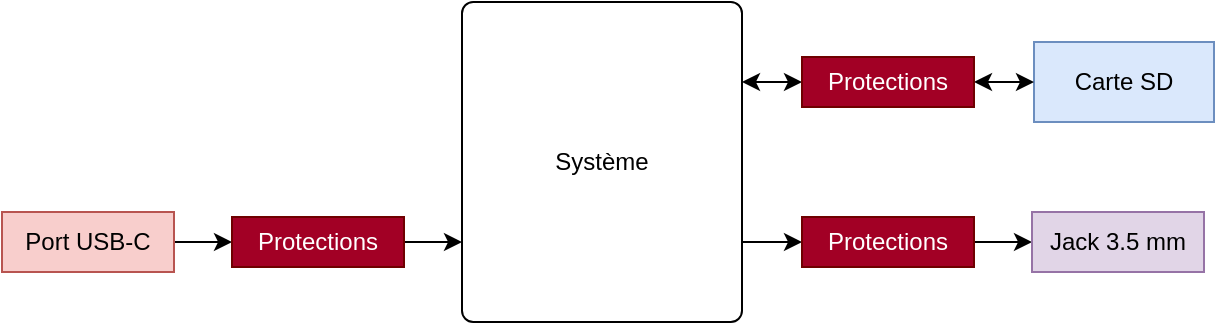
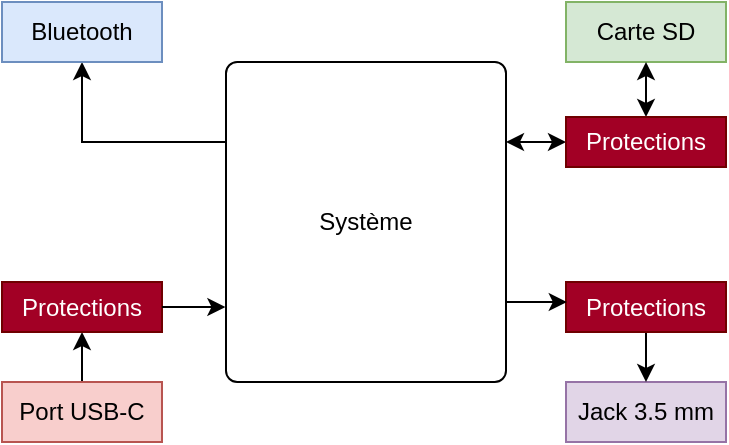
- <mxfile host="app.diagrams.net" agent="Mozilla/5.0 (Windows NT 10.0; Win64; x64; rv:148.0) Gecko/20100101 Firefox/148.0" version="29.6.0">
+ <mxfile host="app.diagrams.net" agent="Mozilla/5.0 (Windows NT 10.0; Win64; x64; rv:148.0) Gecko/20100101 Firefox/148.0">
  <diagram name="Page-1" id="OV0t3A79FJ0olmxQ0vbd">
-     <mxGraphModel dx="984" dy="552" grid="1" gridSize="5" guides="1" tooltips="1" connect="1" arrows="1" fold="1" page="1" pageScale="1" pageWidth="827" pageHeight="1169" math="0" shadow="0">
+     <mxGraphModel dx="1077" dy="490" grid="1" gridSize="5" guides="1" tooltips="1" connect="1" arrows="1" fold="1" page="1" pageScale="1" pageWidth="827" pageHeight="1169" math="0" shadow="0">
      <root>
        <mxCell id="0" />
        <mxCell id="1" parent="0" />
-         <mxCell id="ysavm1etzSHfyaaBKj0Q-5" edge="1" parent="1" source="gKk9JwUoAZDVwcJEQvUw-40" style="edgeStyle=orthogonalEdgeStyle;rounded=0;orthogonalLoop=1;jettySize=auto;html=1;exitX=1;exitY=0.75;exitDx=0;exitDy=0;entryX=0;entryY=0.5;entryDx=0;entryDy=0;" target="gKk9JwUoAZDVwcJEQvUw-50">
+         <mxCell id="ysavm1etzSHfyaaBKj0Q-6" edge="1" parent="1" source="gKk9JwUoAZDVwcJEQvUw-40" style="edgeStyle=orthogonalEdgeStyle;rounded=0;orthogonalLoop=1;jettySize=auto;html=1;exitX=1;exitY=0.25;exitDx=0;exitDy=0;entryX=0;entryY=0.5;entryDx=0;entryDy=0;startArrow=classic;startFill=1;" target="gKk9JwUoAZDVwcJEQvUw-17">
          <mxGeometry relative="1" as="geometry" />
        </mxCell>
-         <mxCell id="ysavm1etzSHfyaaBKj0Q-6" edge="1" parent="1" source="gKk9JwUoAZDVwcJEQvUw-40" style="edgeStyle=orthogonalEdgeStyle;rounded=0;orthogonalLoop=1;jettySize=auto;html=1;exitX=1;exitY=0.25;exitDx=0;exitDy=0;entryX=0;entryY=0.5;entryDx=0;entryDy=0;startArrow=classic;startFill=1;" target="gKk9JwUoAZDVwcJEQvUw-17">
+         <mxCell id="DQ8TYYuvnnBcCHil6GpO-8" edge="1" parent="1" source="gKk9JwUoAZDVwcJEQvUw-40" style="edgeStyle=orthogonalEdgeStyle;rounded=0;orthogonalLoop=1;jettySize=auto;html=1;exitX=0;exitY=0.25;exitDx=0;exitDy=0;entryX=0.5;entryY=1;entryDx=0;entryDy=0;" target="DQ8TYYuvnnBcCHil6GpO-1">
          <mxGeometry relative="1" as="geometry" />
        </mxCell>
        <mxCell id="gKk9JwUoAZDVwcJEQvUw-40" parent="1" style="rounded=1;whiteSpace=wrap;html=1;arcSize=4;" value="Système" vertex="1">
          <mxGeometry height="160" width="140" x="350" y="250" as="geometry" />
        </mxCell>
-         <mxCell id="o_Zn7mdJs2G82tg8YZQK-11" edge="1" parent="1" source="gKk9JwUoAZDVwcJEQvUw-4" style="edgeStyle=orthogonalEdgeStyle;rounded=0;orthogonalLoop=1;jettySize=auto;html=1;strokeColor=#000000;" target="gKk9JwUoAZDVwcJEQvUw-16" value="">
+         <mxCell id="DQ8TYYuvnnBcCHil6GpO-11" edge="1" parent="1" source="gKk9JwUoAZDVwcJEQvUw-4" style="edgeStyle=orthogonalEdgeStyle;rounded=0;orthogonalLoop=1;jettySize=auto;html=1;exitX=0.5;exitY=0;exitDx=0;exitDy=0;entryX=0.5;entryY=1;entryDx=0;entryDy=0;" target="DQ8TYYuvnnBcCHil6GpO-5">
          <mxGeometry relative="1" as="geometry" />
        </mxCell>
        <mxCell id="gKk9JwUoAZDVwcJEQvUw-4" parent="1" style="rounded=0;whiteSpace=wrap;html=1;fillColor=#f8cecc;strokeColor=#b85450;" value="Port USB-C" vertex="1">
-           <mxGeometry height="30" width="86" x="120" y="355" as="geometry" />
+           <mxGeometry height="30" width="80" x="238" y="410" as="geometry" />
        </mxCell>
-         <mxCell id="gKk9JwUoAZDVwcJEQvUw-13" parent="1" style="rounded=0;whiteSpace=wrap;html=1;fillColor=#dae8fc;strokeColor=#6c8ebf;" value="Carte SD" vertex="1">
-           <mxGeometry height="40" width="90" x="636" y="270" as="geometry" />
+         <mxCell id="gKk9JwUoAZDVwcJEQvUw-13" parent="1" style="rounded=0;whiteSpace=wrap;html=1;fillColor=#d5e8d4;strokeColor=#82b366;" value="Carte SD" vertex="1">
+           <mxGeometry height="30" width="80" x="520" y="220" as="geometry" />
        </mxCell>
-         <mxCell id="ysavm1etzSHfyaaBKj0Q-4" edge="1" parent="1" source="gKk9JwUoAZDVwcJEQvUw-16" style="edgeStyle=orthogonalEdgeStyle;rounded=0;orthogonalLoop=1;jettySize=auto;html=1;exitX=1;exitY=0.5;exitDx=0;exitDy=0;entryX=0;entryY=0.75;entryDx=0;entryDy=0;" target="gKk9JwUoAZDVwcJEQvUw-40">
-           <mxGeometry relative="1" as="geometry" />
-         </mxCell>
-         <mxCell id="gKk9JwUoAZDVwcJEQvUw-16" parent="1" style="rounded=0;whiteSpace=wrap;html=1;fillColor=#a20025;fontColor=#ffffff;strokeColor=#6F0000;" value="Protections" vertex="1">
-           <mxGeometry height="25" width="86" x="235" y="357.5" as="geometry" />
-         </mxCell>
-         <mxCell id="o_Zn7mdJs2G82tg8YZQK-4" edge="1" parent="1" source="gKk9JwUoAZDVwcJEQvUw-17" style="edgeStyle=orthogonalEdgeStyle;rounded=0;orthogonalLoop=1;jettySize=auto;html=1;exitX=1;exitY=0.5;exitDx=0;exitDy=0;entryX=0;entryY=0.5;entryDx=0;entryDy=0;startArrow=classic;startFill=1;strokeColor=#000000;" target="gKk9JwUoAZDVwcJEQvUw-13">
+         <mxCell id="DQ8TYYuvnnBcCHil6GpO-9" edge="1" parent="1" source="gKk9JwUoAZDVwcJEQvUw-17" style="edgeStyle=orthogonalEdgeStyle;rounded=0;orthogonalLoop=1;jettySize=auto;html=1;exitX=0.5;exitY=0;exitDx=0;exitDy=0;entryX=0.5;entryY=1;entryDx=0;entryDy=0;startArrow=classic;startFill=1;" target="gKk9JwUoAZDVwcJEQvUw-13">
          <mxGeometry relative="1" as="geometry" />
        </mxCell>
        <mxCell id="gKk9JwUoAZDVwcJEQvUw-17" parent="1" style="rounded=0;whiteSpace=wrap;html=1;fillColor=#a20025;fontColor=#ffffff;strokeColor=#6F0000;" value="Protections" vertex="1">
-           <mxGeometry height="25" width="86" x="520" y="277.5" as="geometry" />
+           <mxGeometry height="25" width="80" x="520" y="277.5" as="geometry" />
        </mxCell>
-         <mxCell id="o_Zn7mdJs2G82tg8YZQK-7" edge="1" parent="1" source="gKk9JwUoAZDVwcJEQvUw-50" style="edgeStyle=orthogonalEdgeStyle;rounded=0;orthogonalLoop=1;jettySize=auto;html=1;strokeColor=#000000;" target="gKk9JwUoAZDVwcJEQvUw-56" value="">
+         <mxCell id="gKk9JwUoAZDVwcJEQvUw-56" parent="1" style="rounded=0;whiteSpace=wrap;html=1;fillColor=#e1d5e7;strokeColor=#9673a6;" value="Jack 3.5 mm" vertex="1">
+           <mxGeometry height="30" width="80" x="520" y="410" as="geometry" />
+         </mxCell>
+         <mxCell id="DQ8TYYuvnnBcCHil6GpO-1" parent="1" style="rounded=0;whiteSpace=wrap;html=1;fillColor=#dae8fc;strokeColor=#6c8ebf;" value="Bluetooth" vertex="1">
+           <mxGeometry height="30" width="80" x="238" y="220" as="geometry" />
+         </mxCell>
+         <mxCell id="DQ8TYYuvnnBcCHil6GpO-10" edge="1" parent="1" source="DQ8TYYuvnnBcCHil6GpO-2" style="edgeStyle=orthogonalEdgeStyle;rounded=0;orthogonalLoop=1;jettySize=auto;html=1;exitX=0.5;exitY=1;exitDx=0;exitDy=0;entryX=0.5;entryY=0;entryDx=0;entryDy=0;" target="gKk9JwUoAZDVwcJEQvUw-56">
          <mxGeometry relative="1" as="geometry" />
        </mxCell>
-         <mxCell id="gKk9JwUoAZDVwcJEQvUw-50" parent="1" style="rounded=0;whiteSpace=wrap;html=1;fillColor=#a20025;fontColor=#ffffff;strokeColor=#6F0000;rotation=0;" value="Protections" vertex="1">
-           <mxGeometry height="25" width="86" x="520" y="357.5" as="geometry" />
+         <mxCell id="DQ8TYYuvnnBcCHil6GpO-2" parent="1" style="rounded=0;whiteSpace=wrap;html=1;fillColor=#a20025;fontColor=#ffffff;strokeColor=#6F0000;" value="Protections" vertex="1">
+           <mxGeometry height="25" width="80" x="520" y="360" as="geometry" />
        </mxCell>
-         <mxCell id="gKk9JwUoAZDVwcJEQvUw-56" parent="1" style="rounded=0;whiteSpace=wrap;html=1;fillColor=#e1d5e7;strokeColor=#9673a6;" value="Jack 3.5 mm" vertex="1">
-           <mxGeometry height="30" width="86" x="635" y="355" as="geometry" />
+         <mxCell id="DQ8TYYuvnnBcCHil6GpO-4" edge="1" parent="1" source="gKk9JwUoAZDVwcJEQvUw-40" style="edgeStyle=orthogonalEdgeStyle;rounded=0;orthogonalLoop=1;jettySize=auto;html=1;exitX=1;exitY=0.75;exitDx=0;exitDy=0;entryX=0.005;entryY=0.392;entryDx=0;entryDy=0;entryPerimeter=0;" target="DQ8TYYuvnnBcCHil6GpO-2">
+           <mxGeometry relative="1" as="geometry" />
+         </mxCell>
+         <mxCell id="DQ8TYYuvnnBcCHil6GpO-5" parent="1" style="rounded=0;whiteSpace=wrap;html=1;fillColor=#a20025;fontColor=#ffffff;strokeColor=#6F0000;" value="Protections" vertex="1">
+           <mxGeometry height="25" width="80" x="238" y="360" as="geometry" />
+         </mxCell>
+         <mxCell id="DQ8TYYuvnnBcCHil6GpO-7" edge="1" parent="1" source="DQ8TYYuvnnBcCHil6GpO-5" style="edgeStyle=orthogonalEdgeStyle;rounded=0;orthogonalLoop=1;jettySize=auto;html=1;exitX=1;exitY=0.5;exitDx=0;exitDy=0;entryX=-0.002;entryY=0.76;entryDx=0;entryDy=0;entryPerimeter=0;" target="gKk9JwUoAZDVwcJEQvUw-40">
+           <mxGeometry relative="1" as="geometry" />
        </mxCell>
      </root>
    </mxGraphModel>
  </diagram>
</mxfile>
